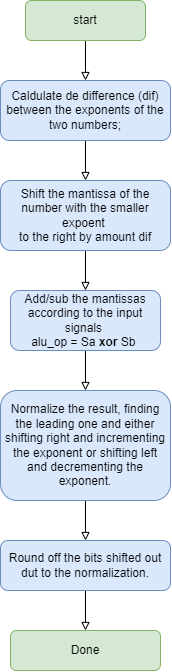
Earlier version of the draw.io export floating_point_adder/fp_adder_algorithm.png (UandersonSilva/floating_point). Source tidied: cells renumbered, new cells last; positions are measured from the earlier drawing's top-left corner, leaving out a move shared by most shapes.
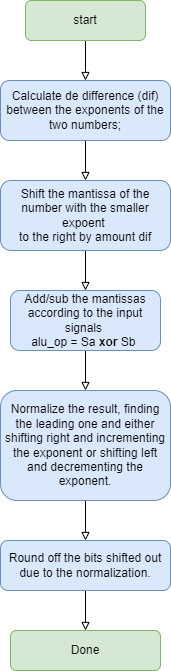
The same diagram one commit later.

Commit message:
FPA informations corrected.

Diff of the diagram source:
```diff
@@ -34,13 +34,13 @@
     <mxCell id="11" style="edgeStyle=orthogonalEdgeStyle;rounded=0;jettySize=auto;html=1;exitX=0.5;exitY=1;exitDx=0;exitDy=0;strokeWidth=1;endArrow=block;endFill=0;" parent="1" edge="1" source="12" target="3">
       <mxGeometry relative="1" as="geometry" />
     </mxCell>
-    <mxCell id="12" value="Caldulate de difference (dif) between the exponents of the two numbers;" style="rounded=1;whiteSpace=wrap;html=1;fontSize=12;glass=0;strokeWidth=1;shadow=0;fillColor=#dae8fc;strokeColor=#6c8ebf;" parent="1" vertex="1">
+    <mxCell id="12" value="Calculate de difference (dif) between the exponents of the two numbers;" style="rounded=1;whiteSpace=wrap;html=1;fontSize=12;glass=0;strokeWidth=1;shadow=0;fillColor=#dae8fc;strokeColor=#6c8ebf;" parent="1" vertex="1">
       <mxGeometry y="80" width="170" height="60" as="geometry" />
     </mxCell>
     <mxCell id="13" style="edgeStyle=orthogonalEdgeStyle;rounded=0;jettySize=auto;html=1;exitX=0.5;exitY=1;exitDx=0;exitDy=0;entryX=0.5;entryY=0;entryDx=0;entryDy=0;strokeWidth=1;endArrow=block;endFill=0;" parent="1" edge="1" source="14" target="6">
       <mxGeometry relative="1" as="geometry" />
     </mxCell>
-    <mxCell id="14" value="&lt;div style=&quot;&quot;&gt;Round off the bits shifted out dut to the normalization.&lt;/div&gt;" style="rounded=1;whiteSpace=wrap;html=1;fontSize=12;glass=0;strokeWidth=1;shadow=0;fillColor=#dae8fc;strokeColor=#6c8ebf;align=center;" parent="1" vertex="1">
+    <mxCell id="14" value="&lt;div style=&quot;&quot;&gt;Round off the bits shifted out due to the normalization.&lt;/div&gt;" style="rounded=1;whiteSpace=wrap;html=1;fontSize=12;glass=0;strokeWidth=1;shadow=0;fillColor=#dae8fc;strokeColor=#6c8ebf;align=center;" parent="1" vertex="1">
       <mxGeometry y="540" width="170" height="50" as="geometry" />
     </mxCell>
   </root>
```
